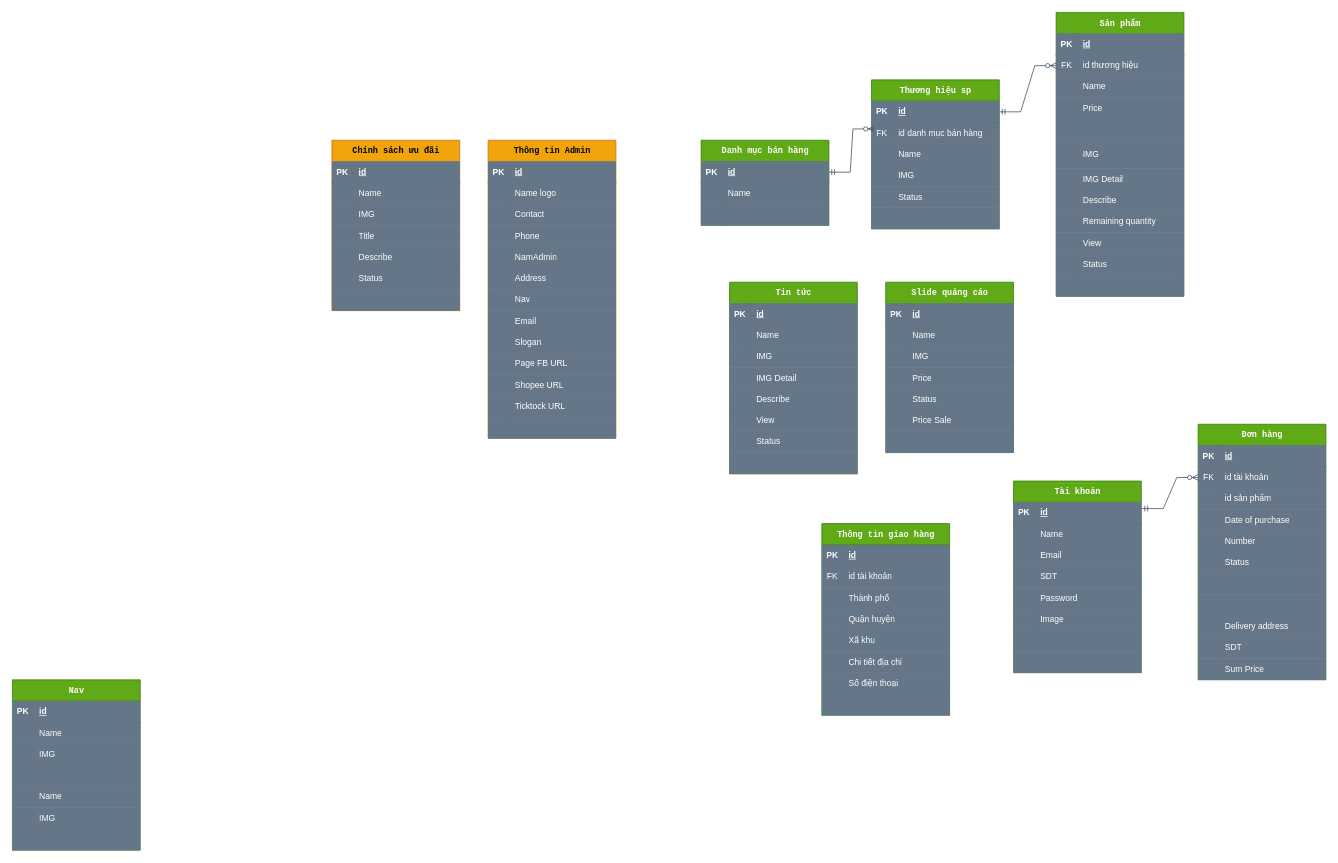
Earlier version of the draw.io diagram ERD.drawio (Nguyenhuan197/ZMobile). Source tidied: cells renumbered, new cells numbered last; positions are measured from the earlier drawing's top-left corner, leaving out a move shared by most shapes. Both pictures are drawn from the tidied source at 71%, with x=0, y=0 at pixel (12, 12).
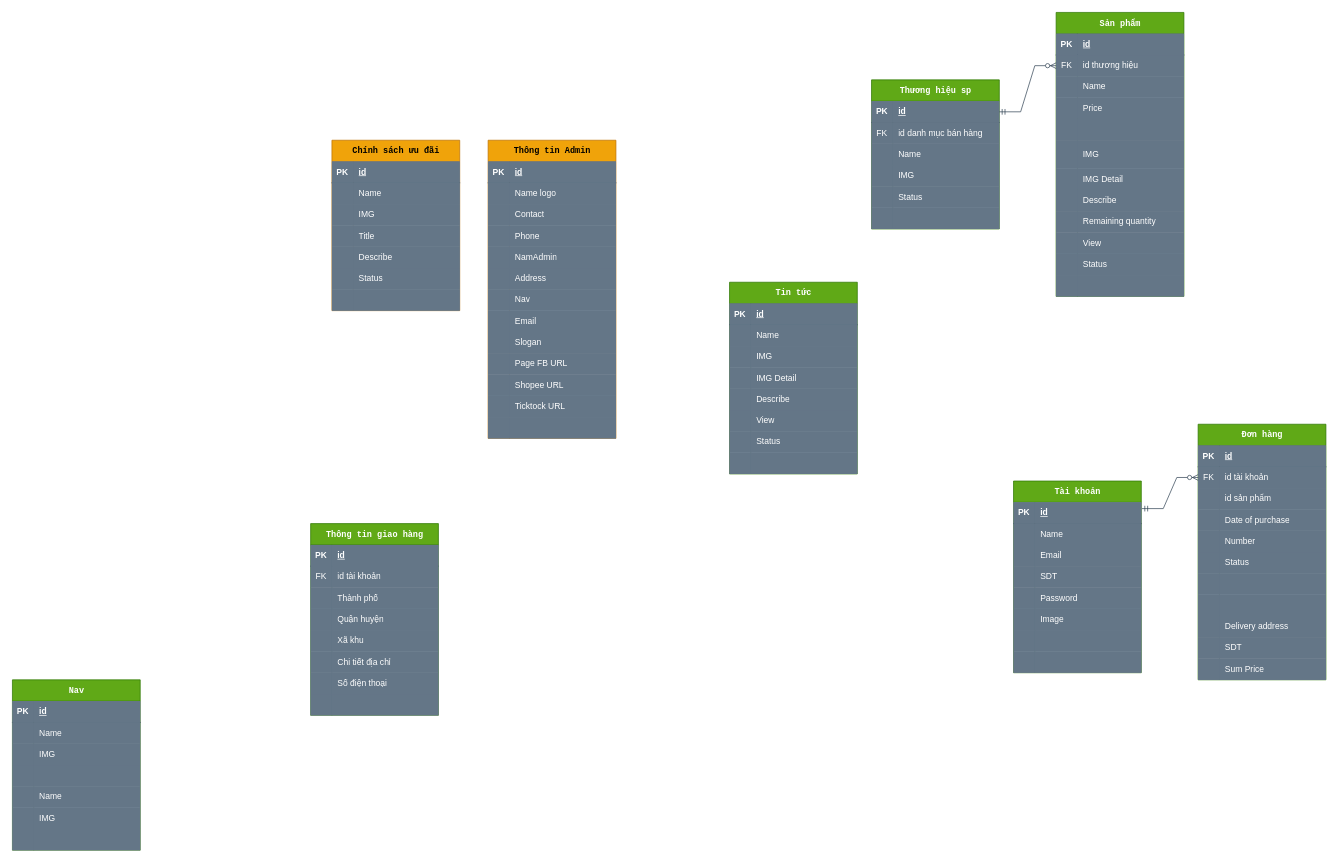
After the change.

Unchanged cells that the change refers to:
```xml
<mxCell id="6" style="shape=tableRow;horizontal=0;startSize=0;swimlaneHead=0;swimlaneBody=0;fillColor=#647687;points=[[0,0.5],[1,0.5]];portConstraint=eastwest;top=0;left=0;right=0;bottom=0;strokeColor=#314354;fontColor=#ffffff;" parent="2" vertex="1">
  <mxGeometry y="60" width="180" height="30" as="geometry" />
</mxCell>
```

Change to the diagram source:
```diff
@@
-    <mxCell id="59" value="&lt;font face=&quot;monospace&quot;&gt;Slide quảng cáo&lt;/font&gt;" style="shape=table;startSize=30;childLayout=tableLayout;rowLines=0;fontStyle=1;align=center;html=1;fillColor=#60a917;strokeColor=#2D7600;fontColor=#ffffff;" parent="1" vertex="1">
-      <mxGeometry x="1230" y="380" width="180" height="240" as="geometry" />
-    </mxCell>
-    <mxCell id="60" style="shape=tableRow;horizontal=0;startSize=0;swimlaneHead=0;swimlaneBody=0;fillColor=#647687;top=0;left=0;right=0;bottom=1;strokeColor=#314354;fontColor=#ffffff;" parent="59" vertex="1">
-      <mxGeometry y="30" width="180" height="30" as="geometry" />
-    </mxCell>
-    <mxCell id="61" value="PK" style="shape=partialRectangle;fillColor=#647687;top=0;left=0;bottom=0;right=0;fontStyle=1;overflow=hidden;whiteSpace=wrap;html=1;strokeColor=#314354;fontColor=#ffffff;" parent="60" vertex="1">
-      <mxGeometry width="30" height="30" as="geometry" />
-    </mxCell>
-    <mxCell id="62" value="id" style="shape=partialRectangle;fillColor=#647687;top=0;left=0;bottom=0;right=0;align=left;spacingLeft=6;fontStyle=5;overflow=hidden;whiteSpace=wrap;html=1;strokeColor=#314354;fontColor=#ffffff;" parent="60" vertex="1">
-      <mxGeometry x="30" width="150" height="30" as="geometry" />
-    </mxCell>
-    <mxCell id="63" style="shape=tableRow;horizontal=0;startSize=0;swimlaneHead=0;swimlaneBody=0;fillColor=#647687;top=0;left=0;right=0;bottom=0;strokeColor=#314354;fontColor=#ffffff;" parent="59" vertex="1">
-      <mxGeometry y="60" width="180" height="30" as="geometry" />
-    </mxCell>
-    <mxCell id="64" style="shape=partialRectangle;fillColor=#647687;top=0;left=0;bottom=0;right=0;overflow=hidden;whiteSpace=wrap;html=1;strokeColor=#314354;fontColor=#ffffff;" parent="63" vertex="1">
-      <mxGeometry width="30" height="30" as="geometry" />
-    </mxCell>
-    <mxCell id="65" value="Name" style="shape=partialRectangle;fillColor=#647687;top=0;left=0;bottom=0;right=0;align=left;spacingLeft=6;overflow=hidden;whiteSpace=wrap;html=1;strokeColor=#314354;fontColor=#ffffff;" parent="63" vertex="1">
-      <mxGeometry x="30" width="150" height="30" as="geometry" />
-    </mxCell>
-    <mxCell id="66" style="shape=tableRow;horizontal=0;startSize=0;swimlaneHead=0;swimlaneBody=0;fillColor=#647687;top=0;left=0;right=0;bottom=0;strokeColor=#314354;fontColor=#ffffff;" parent="59" vertex="1">
-      <mxGeometry y="90" width="180" height="30" as="geometry" />
-    </mxCell>
-    <mxCell id="67" style="shape=partialRectangle;fillColor=#647687;top=0;left=0;bottom=0;right=0;overflow=hidden;whiteSpace=wrap;html=1;strokeColor=#314354;fontColor=#ffffff;" parent="66" vertex="1">
-      <mxGeometry width="30" height="30" as="geometry" />
-    </mxCell>
-    <mxCell id="68" value="IMG" style="shape=partialRectangle;fillColor=#647687;top=0;left=0;bottom=0;right=0;align=left;spacingLeft=6;overflow=hidden;whiteSpace=wrap;html=1;strokeColor=#314354;fontColor=#ffffff;" parent="66" vertex="1">
-      <mxGeometry x="30" width="150" height="30" as="geometry" />
-    </mxCell>
-    <mxCell id="69" style="shape=tableRow;horizontal=0;startSize=0;swimlaneHead=0;swimlaneBody=0;fillColor=#647687;top=0;left=0;right=0;bottom=0;strokeColor=#314354;fontColor=#ffffff;" parent="59" vertex="1">
-      <mxGeometry y="120" width="180" height="30" as="geometry" />
-    </mxCell>
-    <mxCell id="70" style="shape=partialRectangle;fillColor=#647687;top=0;left=0;bottom=0;right=0;overflow=hidden;whiteSpace=wrap;html=1;strokeColor=#314354;fontColor=#ffffff;" parent="69" vertex="1">
-      <mxGeometry width="30" height="30" as="geometry" />
-    </mxCell>
-    <mxCell id="71" value="Price" style="shape=partialRectangle;fillColor=#647687;top=0;left=0;bottom=0;right=0;align=left;spacingLeft=6;overflow=hidden;whiteSpace=wrap;html=1;strokeColor=#314354;fontColor=#ffffff;" parent="69" vertex="1">
-      <mxGeometry x="30" width="150" height="30" as="geometry" />
-    </mxCell>
-    <mxCell id="72" style="shape=tableRow;horizontal=0;startSize=0;swimlaneHead=0;swimlaneBody=0;fillColor=#647687;top=0;left=0;right=0;bottom=0;strokeColor=#314354;fontColor=#ffffff;" parent="59" vertex="1">
-      <mxGeometry y="150" width="180" height="30" as="geometry" />
-    </mxCell>
-    <mxCell id="73" style="shape=partialRectangle;fillColor=#647687;top=0;left=0;bottom=0;right=0;overflow=hidden;whiteSpace=wrap;html=1;strokeColor=#314354;fontColor=#ffffff;" parent="72" vertex="1">
-      <mxGeometry width="30" height="30" as="geometry" />
-    </mxCell>
-    <mxCell id="74" value="Status" style="shape=partialRectangle;fillColor=#647687;top=0;left=0;bottom=0;right=0;align=left;spacingLeft=6;overflow=hidden;whiteSpace=wrap;html=1;strokeColor=#314354;fontColor=#ffffff;" parent="72" vertex="1">
-      <mxGeometry x="30" width="150" height="30" as="geometry" />
-    </mxCell>
-    <mxCell id="75" style="shape=tableRow;horizontal=0;startSize=0;swimlaneHead=0;swimlaneBody=0;fillColor=#647687;top=0;left=0;right=0;bottom=0;strokeColor=#314354;fontColor=#ffffff;" parent="59" vertex="1">
-      <mxGeometry y="180" width="180" height="30" as="geometry" />
-    </mxCell>
-    <mxCell id="76" style="shape=partialRectangle;fillColor=#647687;top=0;left=0;bottom=0;right=0;overflow=hidden;whiteSpace=wrap;html=1;strokeColor=#314354;fontColor=#ffffff;" parent="75" vertex="1">
-      <mxGeometry width="30" height="30" as="geometry" />
-    </mxCell>
-    <mxCell id="77" value="Price Sale" style="shape=partialRectangle;fillColor=#647687;top=0;left=0;bottom=0;right=0;align=left;spacingLeft=6;overflow=hidden;whiteSpace=wrap;html=1;strokeColor=#314354;fontColor=#ffffff;" parent="75" vertex="1">
-      <mxGeometry x="30" width="150" height="30" as="geometry" />
-    </mxCell>
-    <mxCell id="78" style="shape=tableRow;horizontal=0;startSize=0;swimlaneHead=0;swimlaneBody=0;fillColor=#647687;top=0;left=0;right=0;bottom=0;strokeColor=#314354;fontColor=#ffffff;" parent="59" vertex="1">
-      <mxGeometry y="210" width="180" height="30" as="geometry" />
-    </mxCell>
-    <mxCell id="79" style="shape=partialRectangle;fillColor=#647687;top=0;left=0;bottom=0;right=0;overflow=hidden;whiteSpace=wrap;html=1;strokeColor=#314354;fontColor=#ffffff;" parent="78" vertex="1">
-      <mxGeometry width="30" height="30" as="geometry" />
-    </mxCell>
-    <mxCell id="80" style="shape=partialRectangle;fillColor=#647687;top=0;left=0;bottom=0;right=0;align=left;spacingLeft=6;overflow=hidden;whiteSpace=wrap;html=1;strokeColor=#314354;fontColor=#ffffff;" parent="78" vertex="1">
-      <mxGeometry x="30" width="150" height="30" as="geometry" />
-    </mxCell>
-    <mxCell id="81" value="&lt;font face=&quot;monospace&quot;&gt;Danh mục bán hàng&lt;/font&gt;" style="shape=table;startSize=30;childLayout=tableLayout;rowLines=0;fontStyle=1;align=center;html=1;fillColor=#60a917;strokeColor=#2D7600;fontColor=#ffffff;" parent="1" vertex="1">
-      <mxGeometry x="970" y="180" width="180" height="120" as="geometry" />
-    </mxCell>
-    <mxCell id="82" style="shape=tableRow;horizontal=0;startSize=0;swimlaneHead=0;swimlaneBody=0;fillColor=#647687;points=[[0,0.5],[1,0.5]];portConstraint=eastwest;top=0;left=0;right=0;bottom=1;strokeColor=#314354;fontColor=#ffffff;" parent="81" vertex="1">
-      <mxGeometry y="30" width="180" height="30" as="geometry" />
-    </mxCell>
-    <mxCell id="83" value="PK" style="shape=partialRectangle;fillColor=#647687;top=0;left=0;bottom=0;right=0;fontStyle=1;overflow=hidden;whiteSpace=wrap;html=1;strokeColor=#314354;fontColor=#ffffff;" parent="82" vertex="1">
-      <mxGeometry width="30" height="30" as="geometry" />
-    </mxCell>
-    <mxCell id="84" value="id" style="shape=partialRectangle;fillColor=#647687;top=0;left=0;bottom=0;right=0;align=left;spacingLeft=6;fontStyle=5;overflow=hidden;whiteSpace=wrap;html=1;strokeColor=#314354;fontColor=#ffffff;" parent="82" vertex="1">
-      <mxGeometry x="30" width="150" height="30" as="geometry" />
-    </mxCell>
-    <mxCell id="85" style="shape=tableRow;horizontal=0;startSize=0;swimlaneHead=0;swimlaneBody=0;fillColor=#647687;top=0;left=0;right=0;bottom=0;strokeColor=#314354;fontColor=#ffffff;" parent="81" vertex="1">
-      <mxGeometry y="60" width="180" height="30" as="geometry" />
-    </mxCell>
-    <mxCell id="86" style="shape=partialRectangle;fillColor=#647687;top=0;left=0;bottom=0;right=0;overflow=hidden;whiteSpace=wrap;html=1;strokeColor=#314354;fontColor=#ffffff;" parent="85" vertex="1">
-      <mxGeometry width="30" height="30" as="geometry" />
-    </mxCell>
-    <mxCell id="87" value="Name" style="shape=partialRectangle;fillColor=#647687;top=0;left=0;bottom=0;right=0;align=left;spacingLeft=6;overflow=hidden;whiteSpace=wrap;html=1;strokeColor=#314354;fontColor=#ffffff;" parent="85" vertex="1">
-      <mxGeometry x="30" width="150" height="30" as="geometry" />
-    </mxCell>
-    <mxCell id="88" style="shape=tableRow;horizontal=0;startSize=0;swimlaneHead=0;swimlaneBody=0;fillColor=#647687;top=0;left=0;right=0;bottom=0;strokeColor=#314354;fontColor=#ffffff;" parent="81" vertex="1">
-      <mxGeometry y="90" width="180" height="30" as="geometry" />
-    </mxCell>
-    <mxCell id="89" style="shape=partialRectangle;fillColor=#647687;top=0;left=0;bottom=0;right=0;overflow=hidden;whiteSpace=wrap;html=1;strokeColor=#314354;fontColor=#ffffff;" parent="88" vertex="1">
-      <mxGeometry width="30" height="30" as="geometry" />
-    </mxCell>
-    <mxCell id="90" style="shape=partialRectangle;fillColor=#647687;top=0;left=0;bottom=0;right=0;align=left;spacingLeft=6;overflow=hidden;whiteSpace=wrap;html=1;strokeColor=#314354;fontColor=#ffffff;" parent="88" vertex="1">
-      <mxGeometry x="30" width="150" height="30" as="geometry" />
-    </mxCell>
-    <mxCell id="91" style="edgeStyle=entityRelationEdgeStyle;fontSize=12;html=1;endArrow=ERzeroToMany;startArrow=ERmandOne;rounded=0;fillColor=#647687;strokeColor=#314354;entryX=0.021;entryY=0.303;entryDx=0;entryDy=0;entryPerimeter=0;" parent="1" edge="1" source="82" target="6">
-      <mxGeometry relative="1" as="geometry" />
-    </mxCell>
@@
     <mxCell id="261" value="&lt;font face=&quot;monospace&quot;&gt;Thông tin giao hàng&lt;/font&gt;" style="shape=table;startSize=30;childLayout=tableLayout;rowLines=0;fontStyle=1;align=center;html=1;fillColor=#60a917;strokeColor=#2D7600;fontColor=#ffffff;" parent="1" vertex="1">
-      <mxGeometry x="1140" y="720" width="180" height="270" as="geometry" />
+      <mxGeometry x="420" y="720" width="180" height="270" as="geometry" />
     </mxCell>
```
